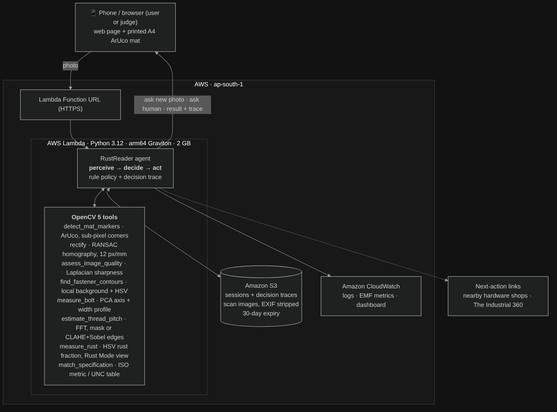
mylaimani/rustreader-nemotron keeps this Mermaid diagram as docs/architecture.png. Above is the earlier version. Its source is kept beside it as docs/architecture.mmd.
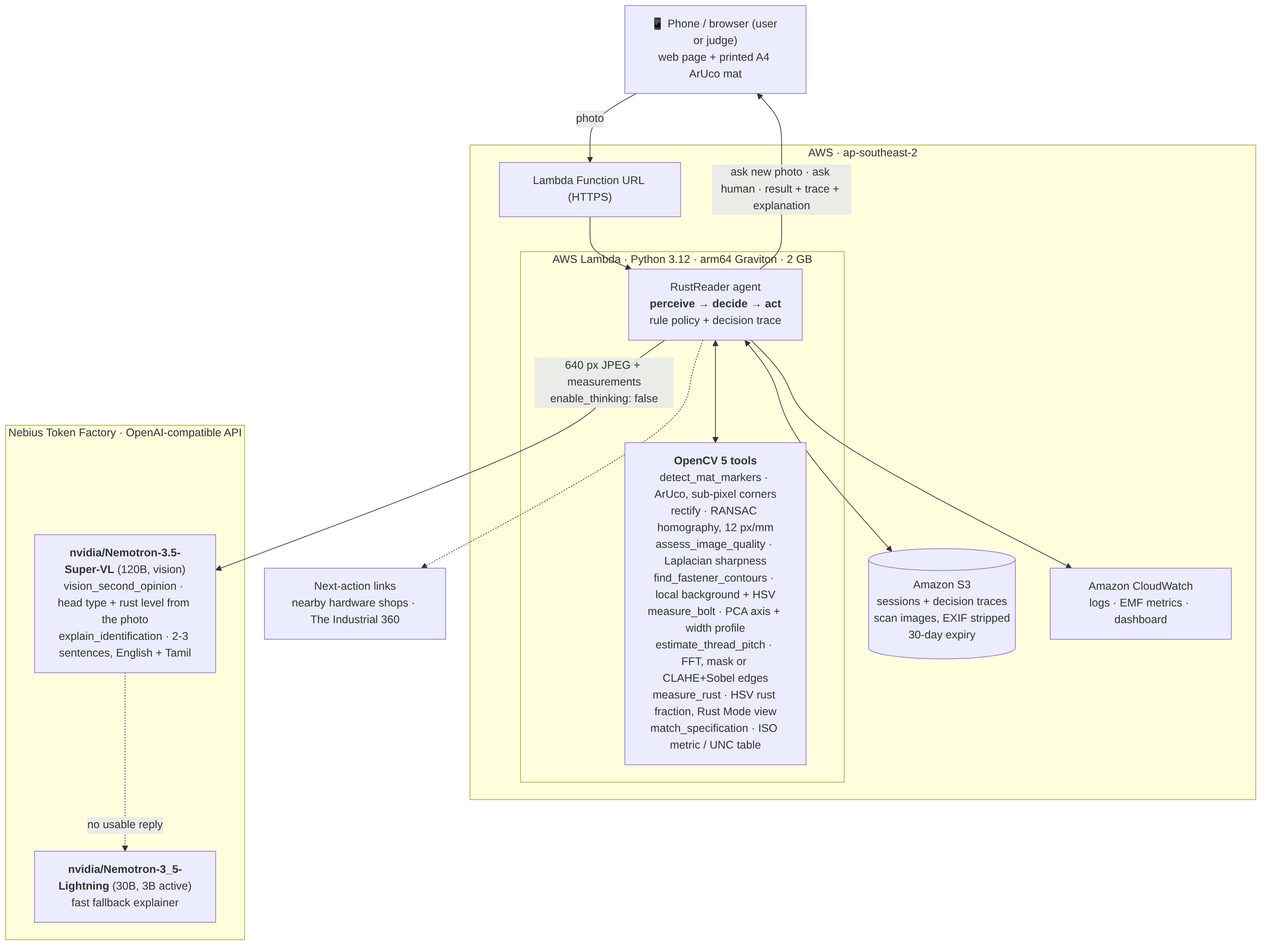
After the commit.

Commit message:
Architecture diagram: add Nebius Token Factory and both Nemotron models

Claude-Session: https://claude.ai/code/session_01B8b8zz3nTHiqEoWYrhMLQG

The edit, as a diff of the source:
```diff
@@ -10,9 +10,15 @@
     S3[("Amazon S3<br/>sessions + decision traces<br/>scan images, EXIF stripped<br/>30-day expiry")]
     CW["Amazon CloudWatch<br/>logs · EMF metrics · dashboard"]
   end
+  subgraph NEB["Nebius Token Factory · OpenAI-compatible API"]
+    VL["<b>nvidia/Nemotron-3.5-Super-VL</b> (120B, vision)<br/>vision_second_opinion · head type + rust level from the photo<br/>explain_identification · 2-3 sentences, English + Tamil"]
+    LT["<b>nvidia/Nemotron-3_5-Lightning</b> (30B, 3B active)<br/>fast fallback explainer"]
+  end
   EXT["Next-action links<br/>nearby hardware shops · The Industrial 360"]
   P -- "photo" --> URL --> AG
-  AG -- "ask new photo · ask human · result + trace" --> P
+  AG -- "ask new photo · ask human · result + trace + explanation" --> P
   AG <--> S3
   AG --> CW
+  AG -- "640 px JPEG + measurements<br/>enable_thinking: false" --> VL
+  VL -. "no usable reply" .-> LT
   AG -.-> EXT
```
